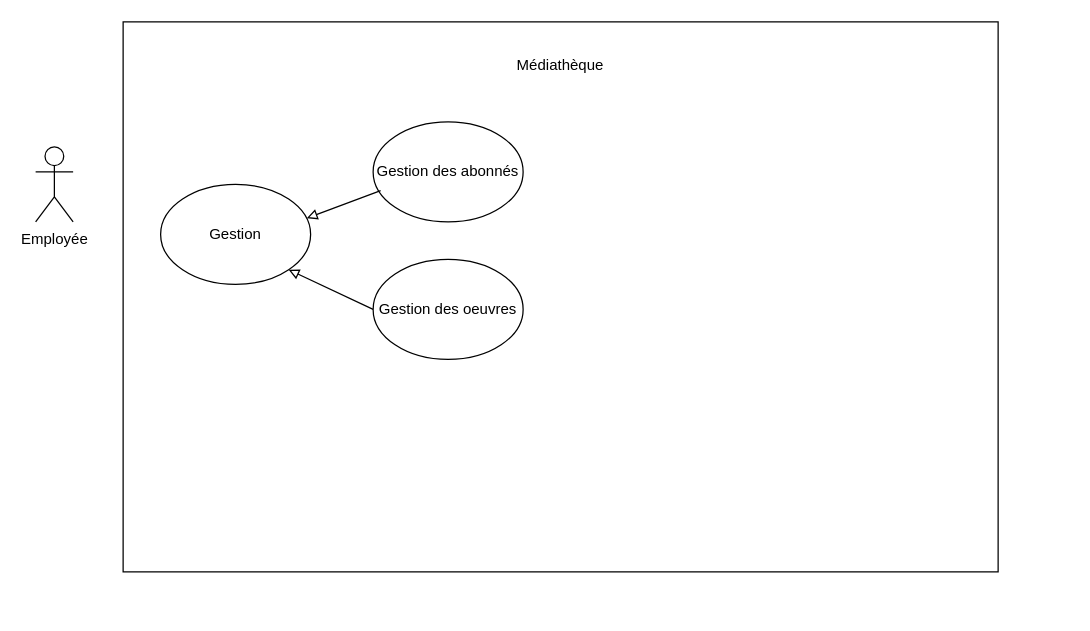
Before: mediatheque.drawio in clairenollet/uml-and-rup, a draw.io diagram. Source tidied: cells renumbered, new cells numbered last; positions are measured from the earlier drawing's top-left corner, leaving out a move shared by most shapes. Both pictures are drawn from the tidied source at 125%, with x=0, y=0 at pixel (35, 21).
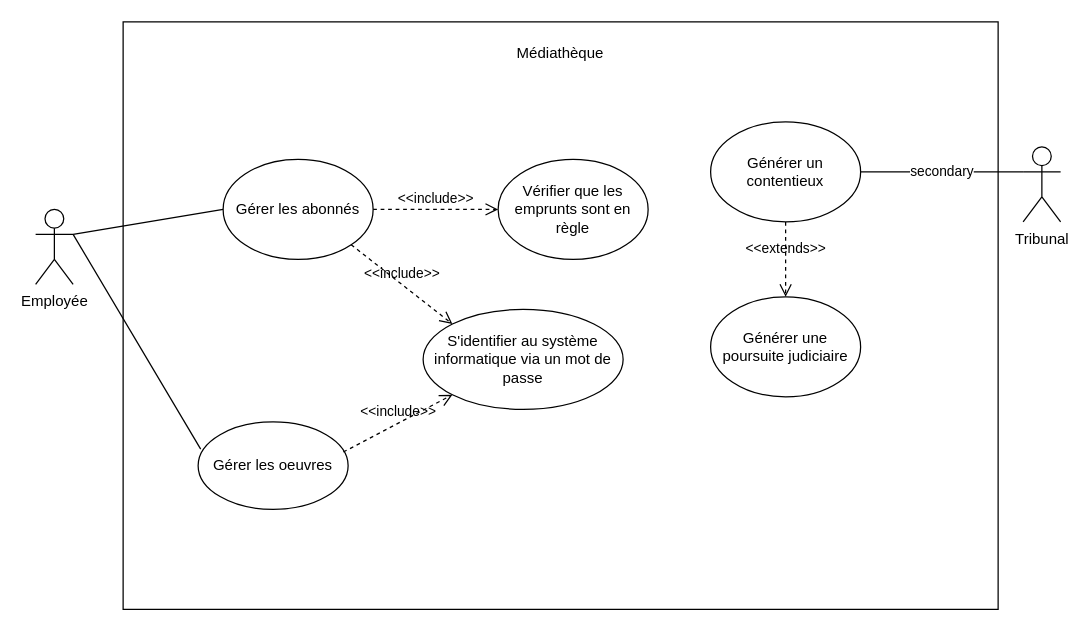
After the change.

Change to the diagram source:
```diff
@@
 <mxGraphModel>
   <root>
     <mxCell id="0" />
     <mxCell id="1" parent="0" />
     <mxCell id="2" style="rounded=0;whiteSpace=wrap;html=1;" parent="1" vertex="1">
-      <mxGeometry x="70" width="700" height="440" as="geometry" />
+      <mxGeometry x="70" width="700" height="470" as="geometry" />
     </mxCell>
     <mxCell id="3" value="Médiathèque" style="text;html=1;strokeColor=none;fillColor=none;align=center;verticalAlign=middle;whiteSpace=wrap;rounded=0;" parent="1" vertex="1">
-      <mxGeometry x="370" y="20" width="100" height="30" as="geometry" />
+      <mxGeometry x="370" y="10" width="100" height="30" as="geometry" />
     </mxCell>
     <mxCell id="4" value="Employée" style="shape=umlActor;verticalLabelPosition=bottom;verticalAlign=top;html=1;outlineConnect=0;" parent="1" vertex="1">
-      <mxGeometry y="100" width="30" height="60" as="geometry" />
+      <mxGeometry y="150" width="30" height="60" as="geometry" />
     </mxCell>
-    <mxCell id="5" value="Gestion des abonnés" style="ellipse;whiteSpace=wrap;html=1;" parent="1" vertex="1">
-      <mxGeometry x="270" y="80" width="120" height="80" as="geometry" />
+    <mxCell id="5" value="Gérer les oeuvres" style="ellipse;whiteSpace=wrap;html=1;" parent="1" vertex="1">
+      <mxGeometry x="130" y="320" width="120" height="70" as="geometry" />
     </mxCell>
-    <mxCell id="6" value="Gestion des oeuvres" style="ellipse;whiteSpace=wrap;html=1;" parent="1" vertex="1">
-      <mxGeometry x="270" y="190" width="120" height="80" as="geometry" />
+    <mxCell id="6" value="Gérer les abonnés" style="ellipse;whiteSpace=wrap;html=1;" parent="1" vertex="1">
+      <mxGeometry x="150" y="110" width="120" height="80" as="geometry" />
     </mxCell>
-    <mxCell id="7" value="Gestion" style="ellipse;whiteSpace=wrap;html=1;" parent="1" vertex="1">
-      <mxGeometry x="100" y="130" width="120" height="80" as="geometry" />
-    </mxCell>
-    <mxCell id="8" style="endArrow=block;html=1;rounded=0;entryX=0.975;entryY=0.338;entryDx=0;entryDy=0;entryPerimeter=0;exitX=0.05;exitY=0.688;exitDx=0;exitDy=0;exitPerimeter=0;endFill=0;" parent="1" edge="1" source="5" target="7">
-      <mxGeometry relative="1" as="geometry" />
-    </mxCell>
-    <mxCell id="9" style="endArrow=block;html=1;rounded=0;entryX=1;entryY=1;entryDx=0;entryDy=0;exitX=0;exitY=0.5;exitDx=0;exitDy=0;endFill=0;" parent="1" edge="1" source="6" target="7">
-      <mxGeometry relative="1" as="geometry" />
-    </mxCell>
+    <mxCell id="10" style="endArrow=none;html=1;rounded=0;exitX=1;exitY=0.3333333333333333;exitDx=0;exitDy=0;exitPerimeter=0;entryX=0.017;entryY=0.312;entryDx=0;entryDy=0;entryPerimeter=0;" parent="1" edge="1" source="4" target="5">
+      <mxGeometry relative="1" as="geometry" />
+    </mxCell>
+    <mxCell id="11" value="Vérifier que les emprunts sont en règle" style="ellipse;whiteSpace=wrap;html=1;" parent="1" vertex="1">
+      <mxGeometry x="370" y="110" width="120" height="80" as="geometry" />
+    </mxCell>
+    <mxCell id="12" value="S'identifier au système informatique via un mot de passe" style="ellipse;whiteSpace=wrap;html=1;" parent="1" vertex="1">
+      <mxGeometry x="310" y="230" width="160" height="80" as="geometry" />
+    </mxCell>
+    <mxCell id="13" value="Générer un contentieux" style="ellipse;whiteSpace=wrap;html=1;" parent="1" vertex="1">
+      <mxGeometry x="540" y="80" width="120" height="80" as="geometry" />
+    </mxCell>
+    <mxCell id="14" value="&amp;lt;&amp;lt;extends&amp;gt;&amp;gt;" style="endArrow=open;startArrow=none;endFill=0;startFill=0;endSize=8;html=1;verticalAlign=bottom;dashed=1;labelBackgroundColor=none;rounded=0;exitX=0.5;exitY=1;exitDx=0;exitDy=0;entryX=0.5;entryY=0;entryDx=0;entryDy=0;" parent="1" edge="1" source="13" target="21">
+      <mxGeometry relative="1" as="geometry" />
+    </mxCell>
+    <mxCell id="15" value="Tribunal" style="shape=umlActor;verticalLabelPosition=bottom;verticalAlign=top;html=1;" parent="1" vertex="1">
+      <mxGeometry x="790" y="100" width="30" height="60" as="geometry" />
+    </mxCell>
+    <mxCell id="16" style="endArrow=none;html=1;rounded=0;exitX=1;exitY=0.3333333333333333;exitDx=0;exitDy=0;exitPerimeter=0;entryX=0;entryY=0.5;entryDx=0;entryDy=0;" parent="1" edge="1" source="4" target="6">
+      <mxGeometry relative="1" as="geometry" />
+    </mxCell>
+    <mxCell id="17" value="&amp;lt;&amp;lt;include&amp;gt;&amp;gt;" style="endArrow=open;startArrow=none;endFill=0;startFill=0;endSize=8;html=1;verticalAlign=bottom;dashed=1;labelBackgroundColor=none;rounded=0;entryX=0;entryY=1;entryDx=0;entryDy=0;exitX=0.968;exitY=0.345;exitDx=0;exitDy=0;exitPerimeter=0;" parent="1" edge="1" source="5" target="12">
+      <mxGeometry relative="1" as="geometry" />
+    </mxCell>
+    <mxCell id="18" value="&amp;lt;&amp;lt;include&amp;gt;&amp;gt;" style="endArrow=open;startArrow=none;endFill=0;startFill=0;endSize=8;html=1;verticalAlign=bottom;dashed=1;labelBackgroundColor=none;rounded=0;exitX=1;exitY=1;exitDx=0;exitDy=0;entryX=0;entryY=0;entryDx=0;entryDy=0;" parent="1" edge="1" source="6" target="12">
+      <mxGeometry relative="1" as="geometry" />
+    </mxCell>
+    <mxCell id="19" value="secondary" style="endArrow=none;html=1;rounded=0;exitX=1;exitY=0.5;exitDx=0;exitDy=0;entryX=0;entryY=0.3333333333333333;entryDx=0;entryDy=0;entryPerimeter=0;" parent="1" edge="1" source="13" target="15">
+      <mxGeometry relative="1" as="geometry" />
+    </mxCell>
+    <mxCell id="20" value="&amp;lt;&amp;lt;include&amp;gt;&amp;gt;" style="endArrow=open;startArrow=none;endFill=0;startFill=0;endSize=8;html=1;verticalAlign=bottom;dashed=1;labelBackgroundColor=none;rounded=0;exitX=1;exitY=0.5;exitDx=0;exitDy=0;entryX=0;entryY=0.5;entryDx=0;entryDy=0;" parent="1" edge="1" source="6" target="11">
+      <mxGeometry relative="1" as="geometry" />
+    </mxCell>
+    <mxCell id="21" value="Générer une poursuite judiciaire" style="ellipse;whiteSpace=wrap;html=1;" parent="1" vertex="1">
+      <mxGeometry x="540" y="220" width="120" height="80" as="geometry" />
+    </mxCell>
   </root>
 </mxGraphModel>
```
